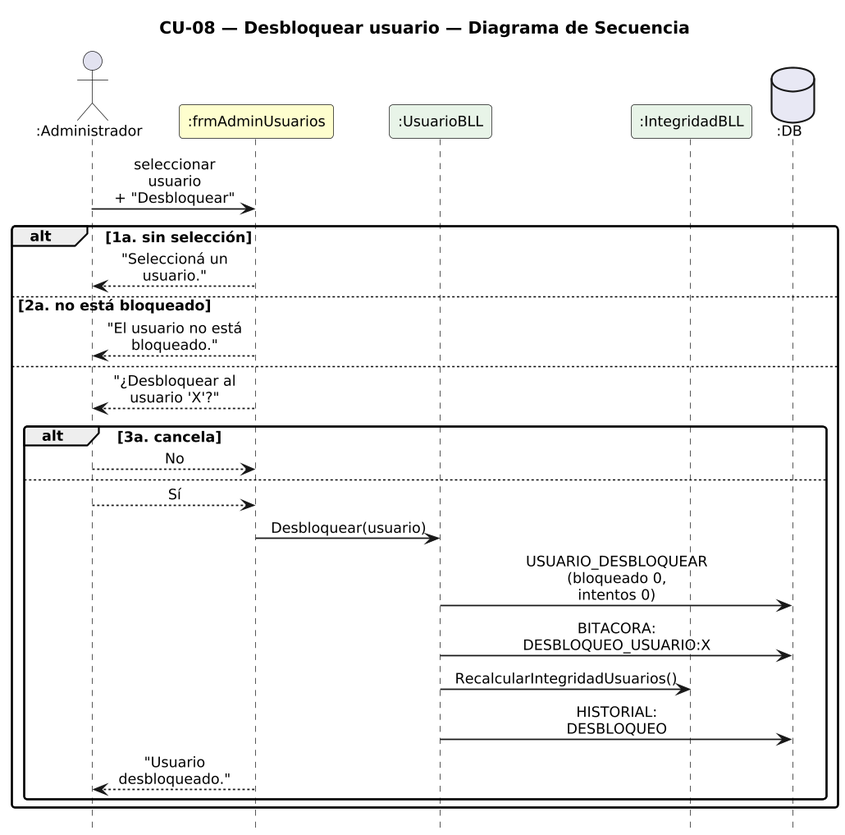
Urrels/ingenieria_software keeps this PlantUML diagram as DIAGRAMAS/DiagramaSecuencia_CU08_DesbloquearUsuario.png. Above is the earlier version.
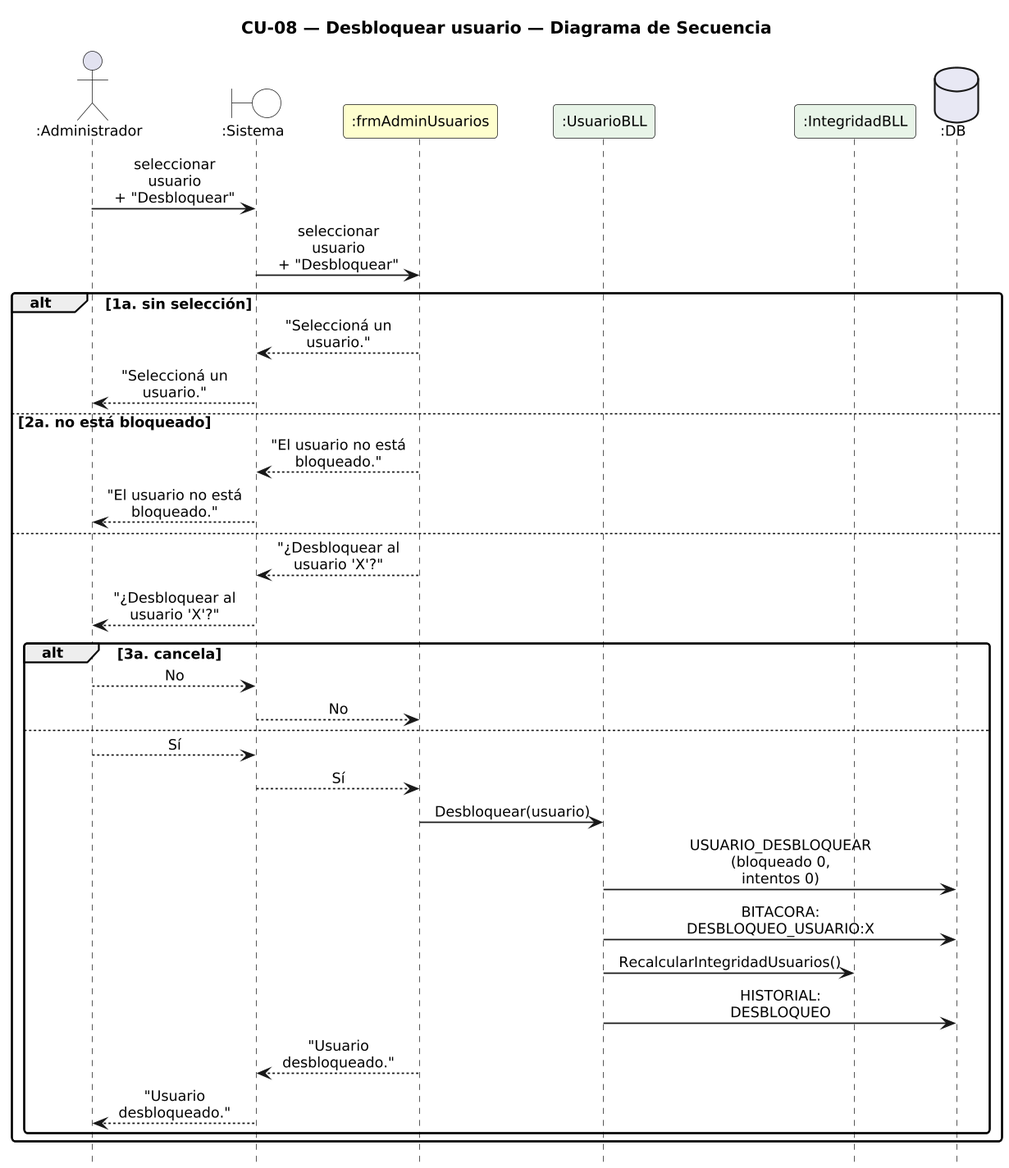
The same diagram one commit later.

The edit, as a diff of the source:
```diff
@@ -14,28 +14,36 @@
 hide footbox
 
 actor ":Administrador" as A
+boundary ":Sistema" as SYS #FFFFFF
 participant ":frmAdminUsuarios" as F #FEFECE
 participant ":UsuarioBLL" as B #E8F4E8
 participant ":IntegridadBLL" as I #E8F4E8
 database ":DB" as DB #E8E8F4
 
-A -> F : seleccionar usuario\n+ "Desbloquear"
+A -> SYS : seleccionar usuario\n+ "Desbloquear"
+SYS -> F : seleccionar usuario\n+ "Desbloquear"
 alt 1a. sin selección
-  F --> A : "Seleccioná un usuario."
+  F --> SYS : "Seleccioná un usuario."
+  SYS --> A : "Seleccioná un usuario."
 else 2a. no está bloqueado
-  F --> A : "El usuario no está bloqueado."
+  F --> SYS : "El usuario no está bloqueado."
+  SYS --> A : "El usuario no está bloqueado."
 else
-  F --> A : "¿Desbloquear al usuario 'X'?"
+  F --> SYS : "¿Desbloquear al usuario 'X'?"
+  SYS --> A : "¿Desbloquear al usuario 'X'?"
   alt 3a. cancela
-    A --> F : No
+    A --> SYS : No
+    SYS --> F : No
   else
-    A --> F : Sí
+    A --> SYS : Sí
+    SYS --> F : Sí
     F -> B : Desbloquear(usuario)
     B -> DB : USUARIO_DESBLOQUEAR\n(bloqueado 0, intentos 0)
     B -> DB : BITACORA:\nDESBLOQUEO_USUARIO:X
     B -> I : RecalcularIntegridadUsuarios()
     B -> DB : HISTORIAL: DESBLOQUEO
-    F --> A : "Usuario desbloqueado."
+    F --> SYS : "Usuario desbloqueado."
+    SYS --> A : "Usuario desbloqueado."
   end
 end
 
```
